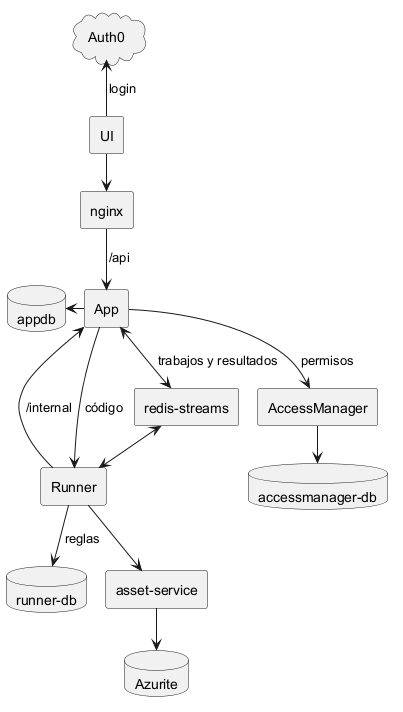
The PlantUML diagram uml_graph.png in Grupo-14-INGSIS/SnippetSearcher-Infrastructure, before a commit.
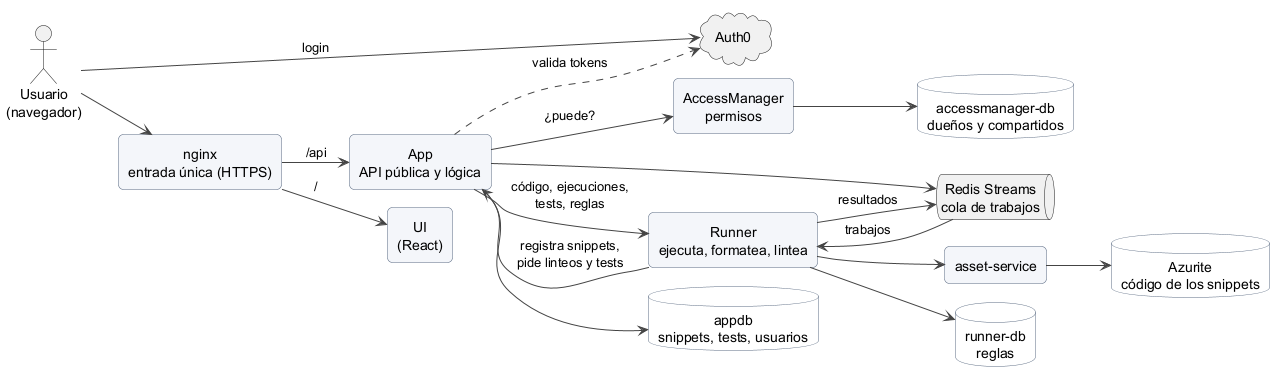
The same file after the commit.

The edit, as a diff of the source:
```diff
@@ -1,34 +1,54 @@
 @startuml
 !pragma layout smetana
+left to right direction
+skinparam shadowing false
+skinparam defaultTextAlignment center
+skinparam roundCorner 10
+skinparam ArrowColor #444444
+skinparam rectangle {
+  BackgroundColor #F4F6FA
+  BorderColor #5B6B82
+}
+skinparam database {
+  BackgroundColor #FFFFFF
+  BorderColor #5B6B82
+}
 
-cloud Auth0
-agent UI
-agent "nginx" as nginx
+actor "Usuario\n(navegador)" as user
+cloud "Auth0" as auth0
 
-together {
-  agent App
-  agent Runner
-}
-agent AccessManager
+rectangle "nginx\nentrada única (HTTPS)" as nginx
 
-database appdb
-database "runner-db" as runnerdb
-database "accessmanager-db" as amdb
-agent "redis-streams" as redis
-agent "asset-service" as asset
-database Azurite
+rectangle "UI\n(React)" as ui
+rectangle "App\nAPI pública y lógica" as app
+rectangle "AccessManager\npermisos" as am
+rectangle "Runner\nejecuta, formatea, lintea" as runner
 
-UI -up-> Auth0 : login
-UI -down-> nginx
-nginx -down-> App : /api
-App -right-> Runner : código
-Runner -left-> App : /internal
-App -down-> AccessManager : permisos
-App -left-> appdb
-App <-down-> redis : trabajos y resultados
-redis <-down-> Runner
-Runner -down-> runnerdb : reglas
-Runner -down-> asset
-asset -down-> Azurite
-AccessManager -down-> amdb
+queue "Redis Streams\ncola de trabajos" as redis
+rectangle "asset-service" as asset
+
+database "appdb\nsnippets, tests, usuarios" as appdb
+database "accessmanager-db\ndueños y compartidos" as amdb
+database "runner-db\nreglas" as rdb
+database "Azurite\ncódigo de los snippets" as az
+
+user --> auth0 : login
+user --> nginx
+nginx --> ui : /
+nginx --> app : /api
+app ..> auth0 : valida tokens
+
+app --> am : ¿puede?
+app --> runner : código, ejecuciones,\ntests, reglas
+runner --> app : registra snippets,\npide linteos y tests
+
+app --> redis
+redis --> runner : trabajos
+runner --> redis : resultados
+
+am --> amdb
+app --> appdb
+runner --> rdb
+runner --> asset
+asset --> az
 @enduml
```
